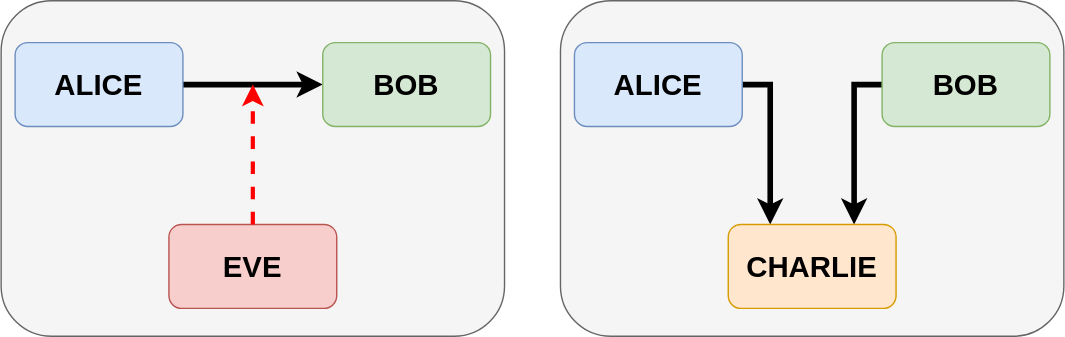
The draw.io diagram QKD_implementations.drawio.svg in javijnb/LPRO_diagrams, before a commit. Source tidied: cells renumbered, new cells last; positions are measured from the earlier drawing's top-left corner, leaving out a move shared by most shapes.
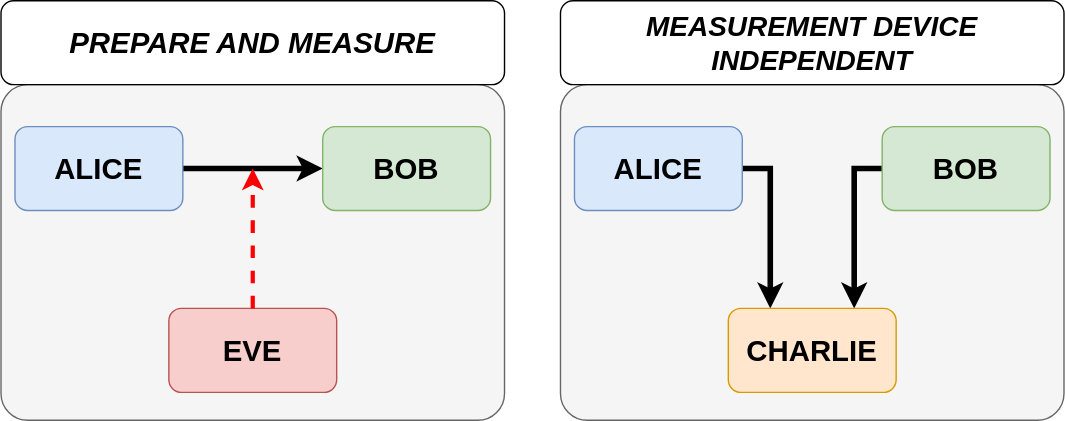
Above is the later version.

What changed in the source:
```diff
@@ -2,10 +2,10 @@
   <root>
     <mxCell id="0" />
     <mxCell id="1" parent="0" />
-    <mxCell id="2" style="rounded=1;whiteSpace=wrap;html=1;fillColor=#f5f5f5;fontColor=#333333;strokeColor=#666666;" parent="1" vertex="1">
+    <mxCell id="2" style="rounded=1;whiteSpace=wrap;html=1;fillColor=#f5f5f5;fontColor=#333333;strokeColor=#666666;arcSize=8;" parent="1" vertex="1">
       <mxGeometry width="360" height="240" as="geometry" />
     </mxCell>
-    <mxCell id="3" style="rounded=1;whiteSpace=wrap;html=1;fillColor=#f5f5f5;fontColor=#333333;strokeColor=#666666;" parent="1" vertex="1">
+    <mxCell id="3" style="rounded=1;whiteSpace=wrap;html=1;fillColor=#f5f5f5;fontColor=#333333;strokeColor=#666666;arcSize=8;" parent="1" vertex="1">
       <mxGeometry x="400" width="360" height="240" as="geometry" />
     </mxCell>
     <mxCell id="4" style="edgeStyle=orthogonalEdgeStyle;rounded=0;jettySize=auto;html=1;exitX=1;exitY=0.5;exitDx=0;exitDy=0;entryX=0;entryY=0.5;entryDx=0;entryDy=0;fontSize=13;strokeWidth=4;" parent="1" edge="1" source="5" target="6">
@@ -40,5 +40,11 @@
         <mxPoint x="180" y="60" as="targetPoint" />
       </mxGeometry>
     </mxCell>
+    <mxCell id="14" value="&lt;b&gt;&lt;i&gt;&lt;font style=&quot;font-size: 21px;&quot;&gt;PREPARE AND MEASURE&lt;/font&gt;&lt;/i&gt;&lt;/b&gt;" style="rounded=1;whiteSpace=wrap;html=1;" parent="1" vertex="1">
+      <mxGeometry y="-60" width="360" height="60" as="geometry" />
+    </mxCell>
+    <mxCell id="15" value="&lt;b&gt;&lt;i&gt;&lt;font style=&quot;font-size: 20px;&quot;&gt;MEASUREMENT DEVICE INDEPENDENT&lt;/font&gt;&lt;/i&gt;&lt;/b&gt;" style="rounded=1;whiteSpace=wrap;html=1;" parent="1" vertex="1">
+      <mxGeometry x="400" y="-60" width="360" height="60" as="geometry" />
+    </mxCell>
   </root>
 </mxGraphModel>
```
